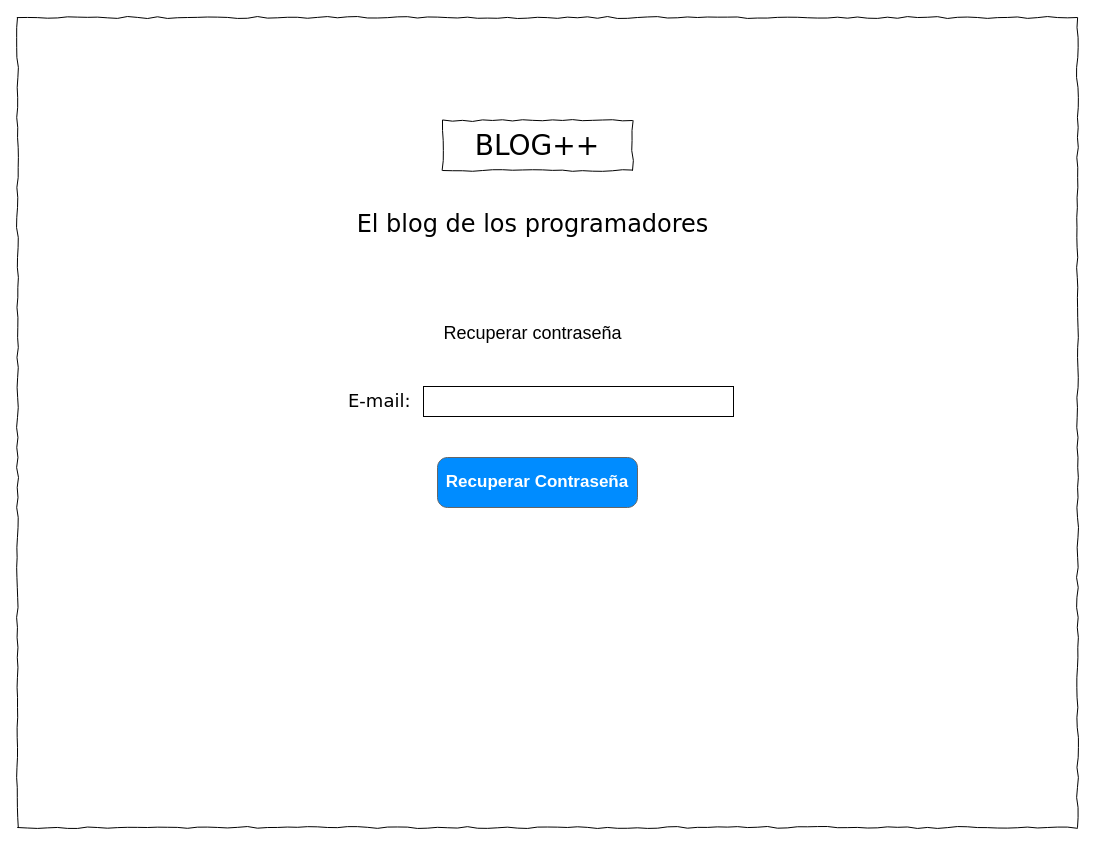
Before: page "RecuperarContraseña" (3 of 3) of SketchRegistroUsuarios.drawio in andresico01/RetoUniNorteCiclo3, a draw.io diagram. Source tidied: cells renumbered, new cells numbered last; positions are measured from the earlier drawing's top-left corner, leaving out a move shared by most shapes. Both pictures are drawn from the tidied source at 100%, with x=0, y=0 at pixel (17, 17).
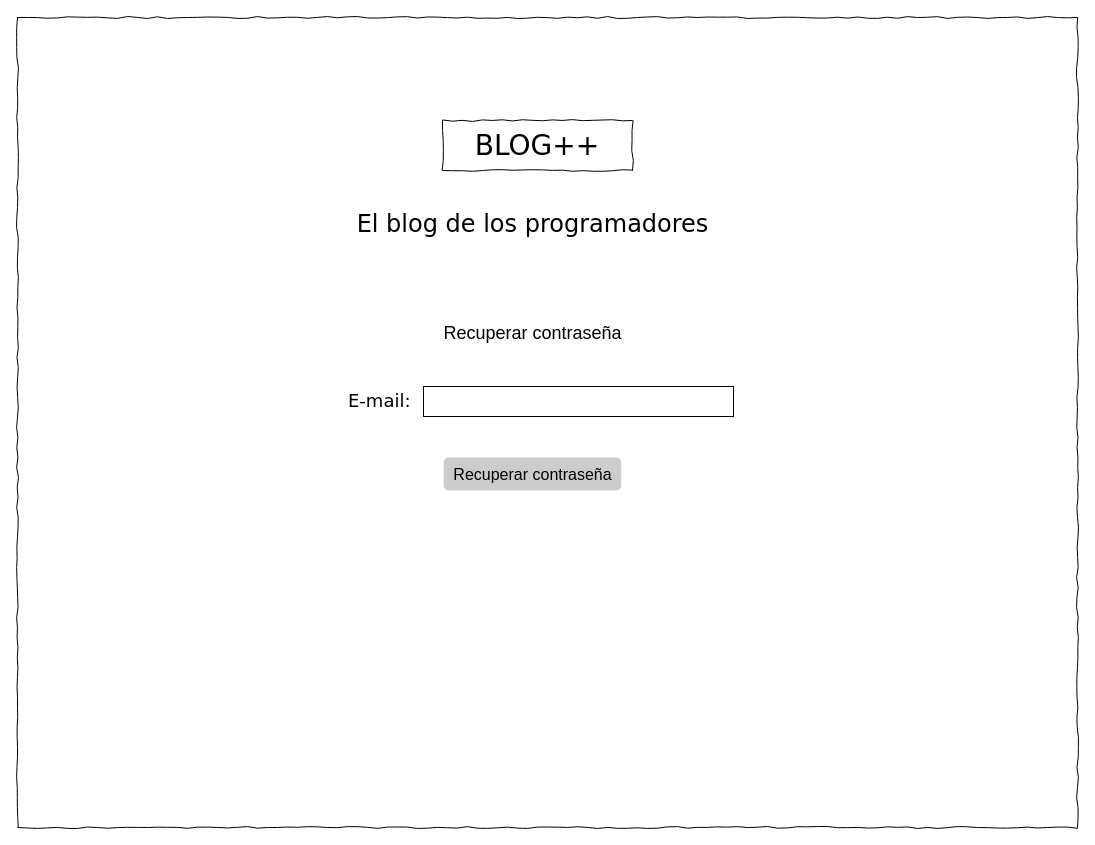
Above is the later version.

Change to the diagram source:
```diff
@@
 <mxGraphModel>
   <root>
     <mxCell id="0" />
     <mxCell id="1" parent="0" />
     <mxCell id="2" style="whiteSpace=wrap;html=1;rounded=0;shadow=0;labelBackgroundColor=none;strokeColor=#000000;strokeWidth=1;fillColor=none;fontFamily=Verdana;fontSize=12;fontColor=#000000;align=center;comic=1;" parent="1" vertex="1">
       <mxGeometry width="1060" height="810" as="geometry" />
     </mxCell>
     <mxCell id="3" value="BLOG++" style="whiteSpace=wrap;html=1;rounded=0;shadow=0;labelBackgroundColor=none;strokeWidth=1;fontFamily=Verdana;fontSize=28;align=center;comic=1;" parent="1" vertex="1">
       <mxGeometry x="425" y="103" width="190" height="50" as="geometry" />
     </mxCell>
     <mxCell id="4" value="&lt;font style=&quot;font-size: 24px&quot;&gt;El blog de los programadores&lt;/font&gt;" style="text;html=1;align=center;verticalAlign=top;spacingTop=-4;fontSize=14;fontFamily=Verdana;" parent="1" vertex="1">
       <mxGeometry x="310" y="190" width="410" height="20" as="geometry" />
     </mxCell>
     <mxCell id="5" value="&lt;font style=&quot;font-size: 18px&quot;&gt;E-mail:&lt;/font&gt;" style="text;html=1;align=left;verticalAlign=top;spacingTop=-4;fontSize=14;fontFamily=Verdana;" parent="1" vertex="1">
       <mxGeometry x="329" y="370" width="170" height="20" as="geometry" />
     </mxCell>
     <mxCell id="6" value="&lt;font style=&quot;font-size: 18px&quot;&gt;Recuperar contraseña&lt;/font&gt;" style="text;html=1;align=center;verticalAlign=middle;fillColor=none;strokeColor=none;rounded=0;" parent="1" vertex="1">
       <mxGeometry x="420" y="306" width="190" height="20" as="geometry" />
     </mxCell>
     <mxCell id="7" style="rounded=0;whiteSpace=wrap;html=1;" parent="1" vertex="1">
       <mxGeometry x="406" y="369" width="310" height="30" as="geometry" />
     </mxCell>
-    <mxCell id="8" value="Recuperar Contraseña" style="strokeWidth=1;shadow=0;dashed=0;align=center;html=1;shape=mxgraph.mockup.buttons.button;strokeColor=#666666;fontColor=#ffffff;mainText=;buttonStyle=round;fontSize=17;fontStyle=1;fillColor=#008cff;whiteSpace=wrap;" parent="1" vertex="1">
-      <mxGeometry x="420" y="440" width="200" height="50" as="geometry" />
-    </mxCell>
+    <mxCell id="9" value="&lt;font style=&quot;background-color: rgb(204 , 204 , 204) ; font-size: 16px&quot; color=&quot;#000000&quot;&gt;Recuperar contraseña&lt;/font&gt;" style="rounded=1;align=center;strokeColor=none;html=1;fontColor=#ffffff;fontSize=12;fillColor=#CCCCCC;" parent="1" vertex="1">
+      <mxGeometry x="426.2" y="440" width="177.5" height="33" as="geometry" />
+    </mxCell>
   </root>
 </mxGraphModel>
```
